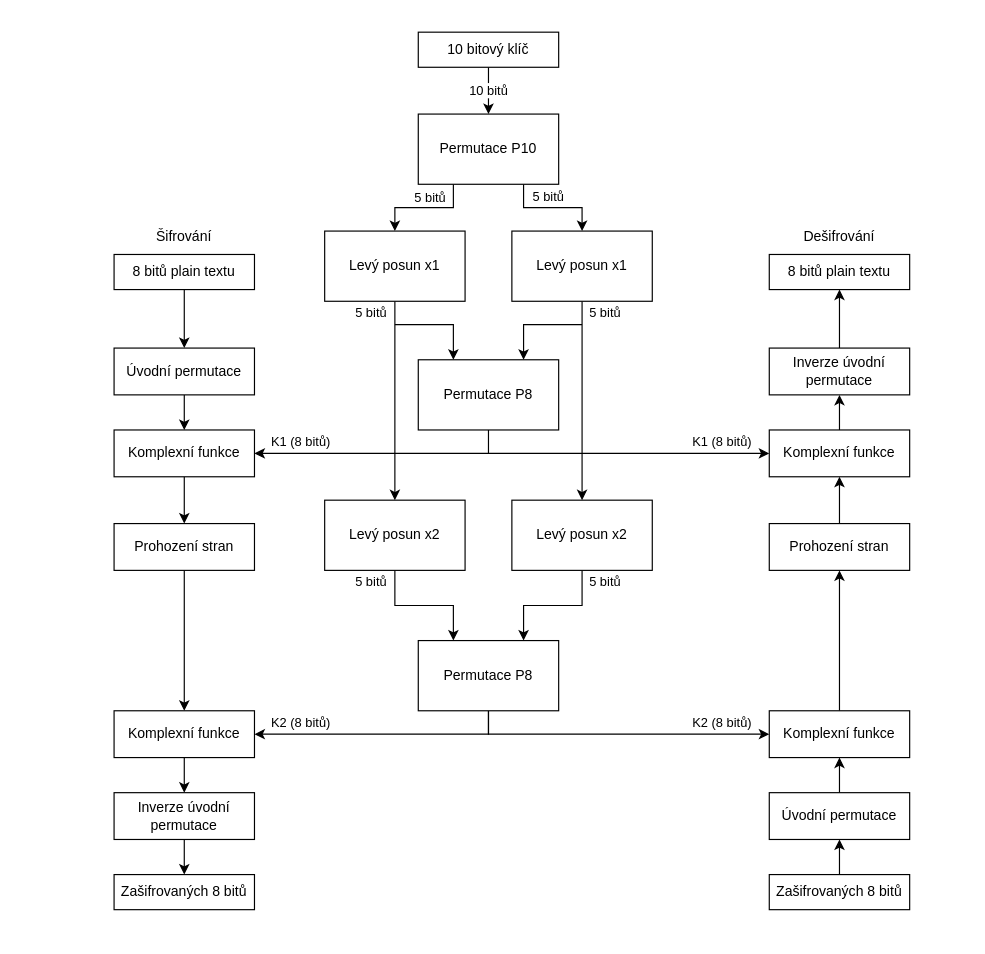
Earlier version of the draw.io diagram public/img/simpleDesPage/drawio/simpleDes_cz.drawio (hejzlzd1/EducrypterUHK). Source tidied: cells renumbered, new cells numbered last; positions are measured from the earlier drawing's top-left corner, leaving out a move shared by most shapes. Both pictures are drawn from the tidied source at 117%, with x=0, y=0 at pixel (113, 32).
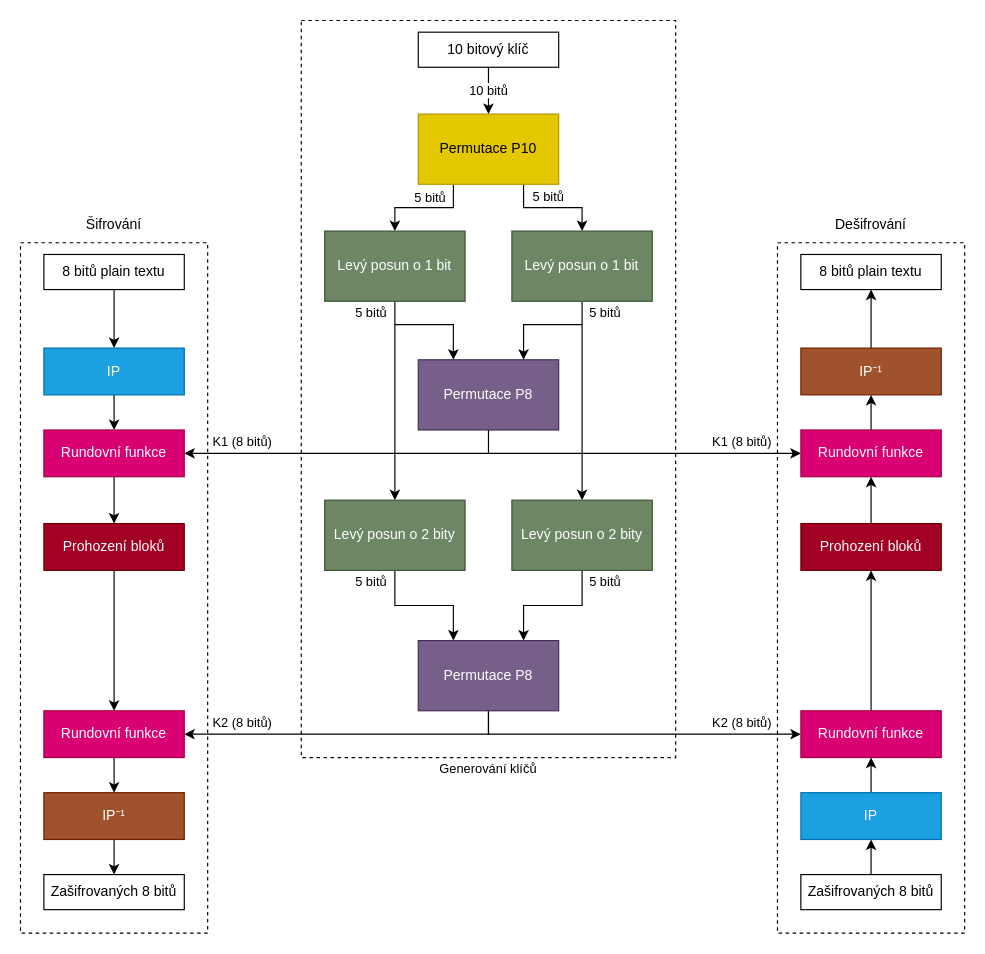
After the change.

Change to the diagram source:
```diff
@@
+    <mxCell id="61" style="rounded=0;whiteSpace=wrap;html=1;fillColor=none;dashed=1;" parent="1" vertex="1">
+      <mxGeometry x="160" y="-10" width="320" height="630" as="geometry" />
+    </mxCell>
+    <mxCell id="62" style="rounded=0;whiteSpace=wrap;html=1;fillColor=none;dashed=1;" parent="1" vertex="1">
+      <mxGeometry x="567" y="180" width="160" height="590" as="geometry" />
+    </mxCell>
+    <mxCell id="63" style="rounded=0;whiteSpace=wrap;html=1;fillColor=none;dashed=1;" parent="1" vertex="1">
+      <mxGeometry x="-80" y="180" width="160" height="590" as="geometry" />
+    </mxCell>
@@
     <mxCell id="3" value="8 bitů plain textu" style="rounded=0;whiteSpace=wrap;html=1;" parent="1" vertex="1">
-      <mxGeometry y="190" width="120" height="30" as="geometry" />
+      <mxGeometry x="-60" y="190" width="120" height="30" as="geometry" />
     </mxCell>
@@
-    <mxCell id="5" value="Úvodní permutace" style="rounded=0;whiteSpace=wrap;html=1;" parent="1" vertex="1">
-      <mxGeometry y="270" width="120" height="40" as="geometry" />
+    <mxCell id="5" value="IP" style="rounded=0;whiteSpace=wrap;html=1;fillColor=#1ba1e2;strokeColor=#006EAF;fontColor=#ffffff;" parent="1" vertex="1">
+      <mxGeometry x="-60" y="270" width="120" height="40" as="geometry" />
     </mxCell>
@@
-    <mxCell id="7" value="Komplexní funkce" style="rounded=0;whiteSpace=wrap;html=1;" parent="1" vertex="1">
-      <mxGeometry y="340" width="120" height="40" as="geometry" />
+    <mxCell id="7" value="Rundovní funkce" style="rounded=0;whiteSpace=wrap;html=1;fillColor=#d80073;fontColor=#ffffff;strokeColor=#A50040;" parent="1" vertex="1">
+      <mxGeometry x="-60" y="340" width="120" height="40" as="geometry" />
     </mxCell>
@@
-    <mxCell id="13" value="Permutace P10" style="rounded=0;whiteSpace=wrap;html=1;" parent="1" vertex="1">
+    <mxCell id="13" value="Permutace P10" style="rounded=0;whiteSpace=wrap;html=1;fillColor=#e3c800;fontColor=#000000;strokeColor=#B09500;" parent="1" vertex="1">
       <mxGeometry x="260" y="70" width="120" height="60" as="geometry" />
     </mxCell>
@@
-    <mxCell id="15" value="Levý posun x1" style="rounded=0;whiteSpace=wrap;html=1;" parent="1" vertex="1">
+    <mxCell id="15" value="Levý posun o 1 bit" style="rounded=0;whiteSpace=wrap;html=1;fillColor=#6d8764;fontColor=#ffffff;strokeColor=#3A5431;" parent="1" vertex="1">
       <mxGeometry x="180" y="170" width="120" height="60" as="geometry" />
     </mxCell>
@@
-    <mxCell id="17" value="Levý posun x1" style="rounded=0;whiteSpace=wrap;html=1;" parent="1" vertex="1">
+    <mxCell id="17" value="Levý posun o 1 bit" style="rounded=0;whiteSpace=wrap;html=1;fillColor=#6d8764;fontColor=#ffffff;strokeColor=#3A5431;" parent="1" vertex="1">
       <mxGeometry x="340" y="170" width="120" height="60" as="geometry" />
     </mxCell>
@@
-    <mxCell id="19" value="Permutace P8" style="rounded=0;whiteSpace=wrap;html=1;" parent="1" vertex="1">
+    <mxCell id="19" value="Permutace P8" style="rounded=0;whiteSpace=wrap;html=1;fillColor=#76608a;fontColor=#ffffff;strokeColor=#432D57;" parent="1" vertex="1">
       <mxGeometry x="260" y="280" width="120" height="60" as="geometry" />
     </mxCell>
@@
-    <mxCell id="21" value="Levý posun x2" style="rounded=0;whiteSpace=wrap;html=1;" parent="1" vertex="1">
+    <mxCell id="21" value="Levý posun o 2 bity" style="rounded=0;whiteSpace=wrap;html=1;fillColor=#6d8764;fontColor=#ffffff;strokeColor=#3A5431;" parent="1" vertex="1">
       <mxGeometry x="180" y="400" width="120" height="60" as="geometry" />
     </mxCell>
@@
-    <mxCell id="23" value="Levý posun x2" style="rounded=0;whiteSpace=wrap;html=1;" parent="1" vertex="1">
+    <mxCell id="23" value="Levý posun o 2 bity" style="rounded=0;whiteSpace=wrap;html=1;fillColor=#6d8764;fontColor=#ffffff;strokeColor=#3A5431;" parent="1" vertex="1">
       <mxGeometry x="340" y="400" width="120" height="60" as="geometry" />
     </mxCell>
@@
-    <mxCell id="26" value="Permutace P8" style="rounded=0;whiteSpace=wrap;html=1;" parent="1" vertex="1">
+    <mxCell id="26" value="Permutace P8" style="rounded=0;whiteSpace=wrap;html=1;fillColor=#76608a;fontColor=#ffffff;strokeColor=#432D57;" parent="1" vertex="1">
       <mxGeometry x="260" y="520" width="120" height="60" as="geometry" />
     </mxCell>
@@
-    <mxCell id="28" value="Prohození stran" style="rounded=0;whiteSpace=wrap;html=1;" parent="1" vertex="1">
-      <mxGeometry y="420" width="120" height="40" as="geometry" />
+    <mxCell id="28" value="Prohození bloků" style="rounded=0;whiteSpace=wrap;html=1;fillColor=#a20025;fontColor=#ffffff;strokeColor=#6F0000;" parent="1" vertex="1">
+      <mxGeometry x="-60" y="420" width="120" height="40" as="geometry" />
     </mxCell>
@@
-    <mxCell id="30" value="Komplexní funkce" style="rounded=0;whiteSpace=wrap;html=1;" parent="1" vertex="1">
-      <mxGeometry y="580" width="120" height="40" as="geometry" />
+    <mxCell id="30" value="Rundovní funkce" style="rounded=0;whiteSpace=wrap;html=1;fillColor=#d80073;fontColor=#ffffff;strokeColor=#A50040;" parent="1" vertex="1">
+      <mxGeometry x="-60" y="580" width="120" height="40" as="geometry" />
     </mxCell>
@@
-    <mxCell id="32" value="Inverze úvodní permutace" style="rounded=0;whiteSpace=wrap;html=1;" parent="1" vertex="1">
-      <mxGeometry y="650" width="120" height="40" as="geometry" />
+    <mxCell id="32" value="IP⁻¹" style="rounded=0;whiteSpace=wrap;html=1;fillColor=#a0522d;strokeColor=#6D1F00;fontColor=#ffffff;" parent="1" vertex="1">
+      <mxGeometry x="-60" y="650" width="120" height="40" as="geometry" />
     </mxCell>
     <mxCell id="33" value="Zašifrovaných 8 bitů" style="rounded=0;whiteSpace=wrap;html=1;" parent="1" vertex="1">
-      <mxGeometry y="720" width="120" height="30" as="geometry" />
+      <mxGeometry x="-60" y="720" width="120" height="30" as="geometry" />
     </mxCell>
@@
     <mxCell id="38" value="8 bitů plain textu" style="rounded=0;whiteSpace=wrap;html=1;" parent="1" vertex="1">
-      <mxGeometry x="560" y="190" width="120" height="30" as="geometry" />
+      <mxGeometry x="587" y="190" width="120" height="30" as="geometry" />
     </mxCell>
@@
-    <mxCell id="40" value="Inverze úvodní permutace" style="rounded=0;whiteSpace=wrap;html=1;" parent="1" vertex="1">
-      <mxGeometry x="560" y="270" width="120" height="40" as="geometry" />
+    <mxCell id="40" value="IP⁻¹" style="rounded=0;whiteSpace=wrap;html=1;fillColor=#a0522d;fontColor=#ffffff;strokeColor=#6D1F00;" parent="1" vertex="1">
+      <mxGeometry x="587" y="270" width="120" height="40" as="geometry" />
     </mxCell>
@@
-    <mxCell id="42" value="Komplexní funkce" style="rounded=0;whiteSpace=wrap;html=1;" parent="1" vertex="1">
-      <mxGeometry x="560" y="340" width="120" height="40" as="geometry" />
+    <mxCell id="42" value="Rundovní funkce" style="rounded=0;whiteSpace=wrap;html=1;fillColor=#d80073;fontColor=#ffffff;strokeColor=#A50040;" parent="1" vertex="1">
+      <mxGeometry x="587" y="340" width="120" height="40" as="geometry" />
     </mxCell>
@@
-    <mxCell id="44" value="Prohození stran" style="rounded=0;whiteSpace=wrap;html=1;" parent="1" vertex="1">
-      <mxGeometry x="560" y="420" width="120" height="40" as="geometry" />
+    <mxCell id="44" value="Prohození bloků" style="rounded=0;whiteSpace=wrap;html=1;fillColor=#a20025;fontColor=#ffffff;strokeColor=#6F0000;" parent="1" vertex="1">
+      <mxGeometry x="587" y="420" width="120" height="40" as="geometry" />
     </mxCell>
@@
-    <mxCell id="46" value="Komplexní funkce" style="rounded=0;whiteSpace=wrap;html=1;" parent="1" vertex="1">
-      <mxGeometry x="560" y="580" width="120" height="40" as="geometry" />
+    <mxCell id="46" value="Rundovní funkce" style="rounded=0;whiteSpace=wrap;html=1;fillColor=#d80073;fontColor=#ffffff;strokeColor=#A50040;" parent="1" vertex="1">
+      <mxGeometry x="587" y="580" width="120" height="40" as="geometry" />
     </mxCell>
@@
-    <mxCell id="48" value="Úvodní permutace" style="rounded=0;whiteSpace=wrap;html=1;" parent="1" vertex="1">
-      <mxGeometry x="560" y="650" width="120" height="40" as="geometry" />
+    <mxCell id="48" value="IP" style="rounded=0;whiteSpace=wrap;html=1;fillColor=#1ba1e2;strokeColor=#006EAF;fontColor=#ffffff;" parent="1" vertex="1">
+      <mxGeometry x="587" y="650" width="120" height="40" as="geometry" />
     </mxCell>
@@
     <mxCell id="50" value="Zašifrovaných 8 bitů" style="rounded=0;whiteSpace=wrap;html=1;" parent="1" vertex="1">
-      <mxGeometry x="560" y="720" width="120" height="30" as="geometry" />
+      <mxGeometry x="587" y="720" width="120" height="30" as="geometry" />
     </mxCell>
     <mxCell id="51" value="&lt;font style=&quot;font-size: 11px;&quot;&gt;K1 (8 bitů)&lt;/font&gt;" style="text;html=1;strokeColor=none;fillColor=none;align=center;verticalAlign=middle;whiteSpace=wrap;rounded=0;" parent="1" vertex="1">
-      <mxGeometry x="130" y="340" width="60" height="20" as="geometry" />
+      <mxGeometry x="80" y="340" width="60" height="20" as="geometry" />
     </mxCell>
@@
     <mxCell id="54" value="&lt;font style=&quot;font-size: 11px;&quot;&gt;K1 (8 bitů)&lt;/font&gt;" style="text;html=1;strokeColor=none;fillColor=none;align=center;verticalAlign=middle;whiteSpace=wrap;rounded=0;" parent="1" vertex="1">
-      <mxGeometry x="490" y="340" width="60" height="20" as="geometry" />
+      <mxGeometry x="507" y="340" width="60" height="20" as="geometry" />
     </mxCell>
     <mxCell id="55" value="&lt;font style=&quot;font-size: 11px;&quot;&gt;K2 (8 bitů)&lt;/font&gt;" style="text;html=1;strokeColor=none;fillColor=none;align=center;verticalAlign=middle;whiteSpace=wrap;rounded=0;" parent="1" vertex="1">
-      <mxGeometry x="130" y="580" width="60" height="20" as="geometry" />
+      <mxGeometry x="80" y="580" width="60" height="20" as="geometry" />
     </mxCell>
     <mxCell id="56" value="&lt;font style=&quot;font-size: 11px;&quot;&gt;K2 (8 bitů)&lt;/font&gt;" style="text;html=1;strokeColor=none;fillColor=none;align=center;verticalAlign=middle;whiteSpace=wrap;rounded=0;" parent="1" vertex="1">
-      <mxGeometry x="490" y="580" width="60" height="20" as="geometry" />
+      <mxGeometry x="507" y="580" width="60" height="20" as="geometry" />
     </mxCell>
@@
     <mxCell id="59" value="Šifrování" style="text;html=1;strokeColor=none;fillColor=none;align=center;verticalAlign=middle;whiteSpace=wrap;rounded=0;" parent="1" vertex="1">
-      <mxGeometry x="30" y="160" width="60" height="30" as="geometry" />
+      <mxGeometry x="-30" y="150" width="60" height="30" as="geometry" />
     </mxCell>
     <mxCell id="60" value="Dešifrování" style="text;html=1;strokeColor=none;fillColor=none;align=center;verticalAlign=middle;whiteSpace=wrap;rounded=0;" parent="1" vertex="1">
-      <mxGeometry x="590" y="160" width="60" height="30" as="geometry" />
+      <mxGeometry x="617" y="150" width="60" height="30" as="geometry" />
     </mxCell>
+    <mxCell id="64" value="&lt;font style=&quot;font-size: 11px;&quot;&gt;Generování klíčů&lt;/font&gt;" style="text;html=1;strokeColor=none;fillColor=none;align=center;verticalAlign=middle;whiteSpace=wrap;rounded=0;" parent="1" vertex="1">
+      <mxGeometry x="265" y="620" width="110" height="20" as="geometry" />
+    </mxCell>
```
